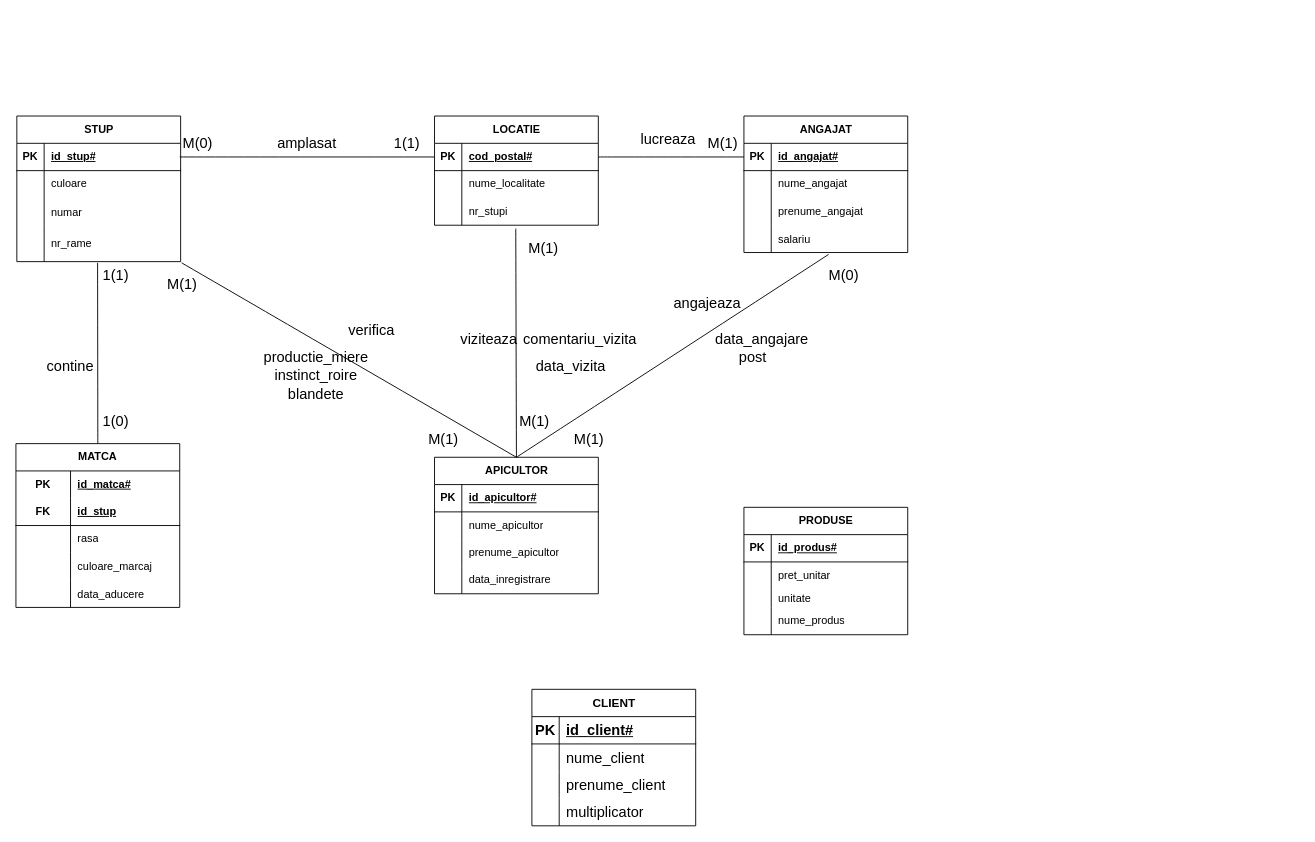
Before: Diagramă fără titlu.drawio in Matoka26/DataBase-Stupina, a draw.io diagram. Source tidied: cells renumbered, new cells numbered last; positions are measured from the earlier drawing's top-left corner, leaving out a move shared by most shapes. Both pictures are drawn from the tidied source at 91%, with x=0, y=0 at pixel (15, 116).
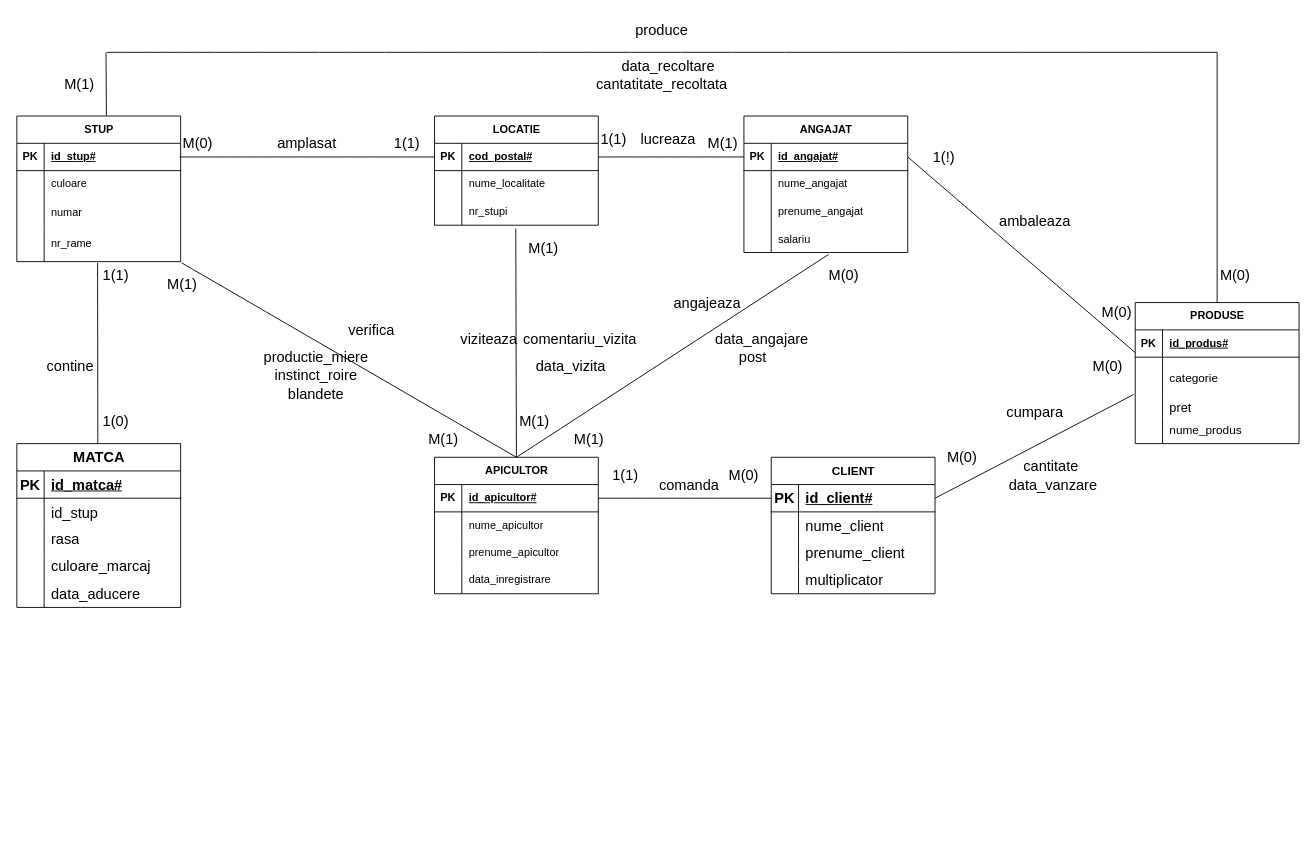
After the change.

Unchanged cells that the change refers to:
```xml
<mxCell id="3" style="shape=tableRow;horizontal=0;startSize=0;swimlaneHead=0;swimlaneBody=0;fillColor=none;points=[[0,0.5],[1,0.5]];portConstraint=eastwest;top=0;left=0;right=0;bottom=1;" parent="2" vertex="1">
  <mxGeometry y="30" width="180" height="30" as="geometry" />
</mxCell>
<mxCell id="26" style="shape=tableRow;horizontal=0;startSize=0;swimlaneHead=0;swimlaneBody=0;fillColor=none;points=[[0,0.5],[1,0.5]];portConstraint=eastwest;top=0;left=0;right=0;bottom=1;" parent="25" vertex="1">
  <mxGeometry y="30" width="180" height="30" as="geometry" />
</mxCell>
<mxCell id="38" value="STUP" style="shape=table;startSize=30;childLayout=tableLayout;rowLines=0;fontStyle=1;align=center;html=1;" parent="1" vertex="1">
  <mxGeometry x="1" width="180" height="160" as="geometry" />
</mxCell>
<mxCell id="48" style="shape=tableRow;horizontal=0;startSize=0;swimlaneHead=0;swimlaneBody=0;fillColor=none;points=[[0,0.5],[1,0.5]];portConstraint=eastwest;top=0;left=0;right=0;bottom=0;" parent="38" vertex="1">
  <mxGeometry y="120" width="180" height="40" as="geometry" />
</mxCell>
<mxCell id="81" style="shape=tableRow;horizontal=0;startSize=0;swimlaneHead=0;swimlaneBody=0;fillColor=none;points=[[0,0.5],[1,0.5]];portConstraint=eastwest;top=0;left=0;right=0;bottom=1;fontSize=16;" parent="80" vertex="1">
  <mxGeometry y="30" width="180" height="30" as="geometry" />
</mxCell>
```

The edit, as a diff of the source:
```diff
@@
-    <mxCell id="51" value="MATCA" style="shape=table;startSize=30;childLayout=tableLayout;rowLines=0;fontStyle=1;align=center;html=1;whiteSpace=wrap;" parent="1" vertex="1">
-      <mxGeometry y="360" width="180" height="180" as="geometry" />
-    </mxCell>
-    <mxCell id="52" style="shape=tableRow;horizontal=0;startSize=0;swimlaneHead=0;swimlaneBody=0;fillColor=none;top=0;left=0;right=0;bottom=0;html=1;" parent="51" vertex="1">
-      <mxGeometry y="30" width="180" height="30" as="geometry" />
-    </mxCell>
-    <mxCell id="53" value="PK" style="shape=partialRectangle;fillColor=none;top=0;left=0;bottom=0;right=0;fontStyle=1;overflow=hidden;html=1;whiteSpace=wrap;" parent="52" vertex="1">
-      <mxGeometry width="60" height="30" as="geometry" />
-    </mxCell>
-    <mxCell id="54" value="id_matca#" style="shape=partialRectangle;fillColor=none;top=0;left=0;bottom=0;right=0;align=left;spacingLeft=6;fontStyle=5;overflow=hidden;html=1;whiteSpace=wrap;" parent="52" vertex="1">
-      <mxGeometry x="60" width="120" height="30" as="geometry" />
-    </mxCell>
-    <mxCell id="55" style="shape=tableRow;horizontal=0;startSize=0;swimlaneHead=0;swimlaneBody=0;fillColor=none;top=0;left=0;right=0;bottom=1;html=1;" parent="51" vertex="1">
-      <mxGeometry y="60" width="180" height="30" as="geometry" />
-    </mxCell>
-    <mxCell id="56" value="FK" style="shape=partialRectangle;fillColor=none;top=0;left=0;bottom=0;right=0;fontStyle=1;overflow=hidden;html=1;whiteSpace=wrap;" parent="55" vertex="1">
-      <mxGeometry width="60" height="30" as="geometry" />
-    </mxCell>
-    <mxCell id="57" value="id_stup" style="shape=partialRectangle;fillColor=none;top=0;left=0;bottom=0;right=0;align=left;spacingLeft=6;fontStyle=5;overflow=hidden;html=1;whiteSpace=wrap;" parent="55" vertex="1">
-      <mxGeometry x="60" width="120" height="30" as="geometry" />
-    </mxCell>
-    <mxCell id="58" style="shape=tableRow;horizontal=0;startSize=0;swimlaneHead=0;swimlaneBody=0;fillColor=none;top=0;left=0;right=0;bottom=0;html=1;" parent="51" vertex="1">
-      <mxGeometry y="90" width="180" height="30" as="geometry" />
-    </mxCell>
-    <mxCell id="59" style="shape=partialRectangle;fillColor=none;top=0;left=0;bottom=0;right=0;overflow=hidden;html=1;whiteSpace=wrap;" parent="58" vertex="1">
-      <mxGeometry width="60" height="30" as="geometry" />
-    </mxCell>
-    <mxCell id="60" value="rasa" style="shape=partialRectangle;fillColor=none;top=0;left=0;bottom=0;right=0;align=left;spacingLeft=6;overflow=hidden;html=1;whiteSpace=wrap;" parent="58" vertex="1">
-      <mxGeometry x="60" width="120" height="30" as="geometry" />
-    </mxCell>
-    <mxCell id="61" style="shape=tableRow;horizontal=0;startSize=0;swimlaneHead=0;swimlaneBody=0;fillColor=none;top=0;left=0;right=0;bottom=0;html=1;" parent="51" vertex="1">
-      <mxGeometry y="120" width="180" height="30" as="geometry" />
-    </mxCell>
-    <mxCell id="62" style="shape=partialRectangle;fillColor=none;top=0;left=0;bottom=0;right=0;overflow=hidden;html=1;whiteSpace=wrap;" parent="61" vertex="1">
-      <mxGeometry width="60" height="30" as="geometry" />
-    </mxCell>
-    <mxCell id="63" value="culoare_marcaj" style="shape=partialRectangle;fillColor=none;top=0;left=0;bottom=0;right=0;align=left;spacingLeft=6;overflow=hidden;html=1;whiteSpace=wrap;" parent="61" vertex="1">
-      <mxGeometry x="60" width="120" height="30" as="geometry" />
-    </mxCell>
-    <mxCell id="64" style="shape=tableRow;horizontal=0;startSize=0;swimlaneHead=0;swimlaneBody=0;fillColor=none;top=0;left=0;right=0;bottom=0;" parent="51" vertex="1">
-      <mxGeometry y="150" width="180" height="30" as="geometry" />
-    </mxCell>
-    <mxCell id="65" style="shape=partialRectangle;fillColor=none;top=0;left=0;bottom=0;right=0;overflow=hidden;" parent="64" vertex="1">
-      <mxGeometry width="60" height="30" as="geometry" />
-    </mxCell>
-    <mxCell id="66" value="data_aducere" style="shape=partialRectangle;fillColor=none;top=0;left=0;bottom=0;right=0;align=left;spacingLeft=6;overflow=hidden;" parent="64" vertex="1">
-      <mxGeometry x="60" width="120" height="30" as="geometry" />
-    </mxCell>
     <mxCell id="67" value="PRODUSE" style="shape=table;startSize=30;childLayout=tableLayout;rowLines=0;fontStyle=1;align=center;html=1;" parent="1" vertex="1">
-      <mxGeometry x="800" y="430" width="180" height="140" as="geometry" />
+      <mxGeometry x="1230" y="205" width="180" height="155" as="geometry" />
     </mxCell>
@@
     <mxCell id="71" style="shape=tableRow;horizontal=0;startSize=0;swimlaneHead=0;swimlaneBody=0;fillColor=none;top=0;left=0;right=0;bottom=0;" parent="67" vertex="1">
-      <mxGeometry y="60" width="180" height="30" as="geometry" />
+      <mxGeometry y="60" width="180" height="45" as="geometry" />
     </mxCell>
     <mxCell id="72" style="shape=partialRectangle;fillColor=none;top=0;left=0;bottom=0;right=0;overflow=hidden;whiteSpace=wrap;html=1;" parent="71" vertex="1">
-      <mxGeometry width="30" height="30" as="geometry" />
+      <mxGeometry width="30" height="45" as="geometry" />
     </mxCell>
-    <mxCell id="73" value="pret_unitar" style="shape=partialRectangle;fillColor=none;top=0;left=0;bottom=0;right=0;align=left;spacingLeft=6;overflow=hidden;whiteSpace=wrap;html=1;" parent="71" vertex="1">
-      <mxGeometry x="30" width="150" height="30" as="geometry" />
+    <mxCell id="73" value="&lt;font style=&quot;font-size: 13px;&quot;&gt;categorie&lt;/font&gt;" style="shape=partialRectangle;fillColor=none;top=0;left=0;bottom=0;right=0;align=left;spacingLeft=6;overflow=hidden;whiteSpace=wrap;html=1;" parent="71" vertex="1">
+      <mxGeometry x="30" width="150" height="45" as="geometry" />
     </mxCell>
     <mxCell id="74" style="shape=tableRow;horizontal=0;startSize=0;swimlaneHead=0;swimlaneBody=0;fillColor=none;points=[[0,0.5],[1,0.5]];portConstraint=eastwest;top=0;left=0;right=0;bottom=0;" parent="67" vertex="1">
-      <mxGeometry y="90" width="180" height="20" as="geometry" />
+      <mxGeometry y="105" width="180" height="20" as="geometry" />
     </mxCell>
@@
-    <mxCell id="76" value="unitate" style="shape=partialRectangle;fillColor=none;top=0;left=0;bottom=0;right=0;align=left;spacingLeft=6;overflow=hidden;whiteSpace=wrap;html=1;" parent="74" vertex="1">
+    <mxCell id="76" value="&lt;font style=&quot;font-size: 14px;&quot;&gt;pret&lt;/font&gt;" style="shape=partialRectangle;fillColor=none;top=0;left=0;bottom=0;right=0;align=left;spacingLeft=6;overflow=hidden;whiteSpace=wrap;html=1;" parent="74" vertex="1">
       <mxGeometry x="30" width="150" height="20" as="geometry" />
     </mxCell>
     <mxCell id="77" style="shape=tableRow;horizontal=0;startSize=0;swimlaneHead=0;swimlaneBody=0;fillColor=none;top=0;left=0;right=0;bottom=0;" parent="67" vertex="1">
-      <mxGeometry y="110" width="180" height="30" as="geometry" />
+      <mxGeometry y="125" width="180" height="30" as="geometry" />
     </mxCell>
@@
-    <mxCell id="79" value="nume_produs" style="shape=partialRectangle;fillColor=none;top=0;left=0;bottom=0;right=0;align=left;spacingLeft=6;overflow=hidden;whiteSpace=wrap;html=1;" parent="77" vertex="1">
+    <mxCell id="79" value="&lt;font style=&quot;font-size: 13px;&quot;&gt;nume_produs&lt;/font&gt;" style="shape=partialRectangle;fillColor=none;top=0;left=0;bottom=0;right=0;align=left;spacingLeft=6;overflow=hidden;whiteSpace=wrap;html=1;" parent="77" vertex="1">
       <mxGeometry x="30" width="150" height="30" as="geometry" />
     </mxCell>
     <mxCell id="80" value="CLIENT" style="shape=table;startSize=30;childLayout=tableLayout;rowLines=0;fontStyle=1;align=center;html=1;fontSize=13;" parent="1" vertex="1">
-      <mxGeometry x="567" y="630" width="180" height="150" as="geometry" />
+      <mxGeometry x="830" y="375" width="180" height="150" as="geometry" />
     </mxCell>
@@
-    <mxCell id="94" style="endArrow=none;html=1;rounded=0;fontSize=12;startSize=8;endSize=8;curved=1;entryX=0.493;entryY=1.033;entryDx=0;entryDy=0;entryPerimeter=0;exitX=0.5;exitY=0;exitDx=0;exitDy=0;" parent="1" edge="1" source="51" target="48">
-      <mxGeometry relative="1" as="geometry" />
+    <mxCell id="94" style="endArrow=none;html=1;rounded=0;fontSize=12;startSize=8;endSize=8;curved=1;entryX=0.493;entryY=1.033;entryDx=0;entryDy=0;entryPerimeter=0;exitX=0.5;exitY=0;exitDx=0;exitDy=0;" parent="1" edge="1" target="48">
+      <mxGeometry relative="1" as="geometry">
+        <mxPoint x="90" y="360" as="sourcePoint" />
+      </mxGeometry>
     </mxCell>
@@
+    <mxCell id="127" value="1(1)" style="text;html=1;strokeColor=none;fillColor=none;align=center;verticalAlign=middle;whiteSpace=wrap;rounded=0;fontSize=16;" parent="1" vertex="1">
+      <mxGeometry x="627" y="10" width="60" height="30" as="geometry" />
+    </mxCell>
+    <mxCell id="128" value="comanda" style="text;html=1;strokeColor=none;fillColor=none;align=center;verticalAlign=middle;whiteSpace=wrap;rounded=0;fontSize=16;" parent="1" vertex="1">
+      <mxGeometry x="710" y="390" width="60" height="30" as="geometry" />
+    </mxCell>
+    <mxCell id="129" style="endArrow=none;html=1;rounded=0;fontSize=12;startSize=8;endSize=8;curved=1;exitX=1;exitY=0.5;exitDx=0;exitDy=0;" parent="1" edge="1" source="3">
+      <mxGeometry relative="1" as="geometry">
+        <mxPoint x="830" y="420" as="targetPoint" />
+      </mxGeometry>
+    </mxCell>
+    <mxCell id="130" value="1(1)" style="text;html=1;strokeColor=none;fillColor=none;align=center;verticalAlign=middle;whiteSpace=wrap;rounded=0;fontSize=16;" parent="1" vertex="1">
+      <mxGeometry x="640" y="380" width="60" height="30" as="geometry" />
+    </mxCell>
+    <mxCell id="131" value="M(0)" style="text;html=1;strokeColor=none;fillColor=none;align=center;verticalAlign=middle;whiteSpace=wrap;rounded=0;fontSize=16;" parent="1" vertex="1">
+      <mxGeometry x="770" y="380" width="60" height="30" as="geometry" />
+    </mxCell>
+    <mxCell id="132" style="endArrow=none;html=1;rounded=0;fontSize=12;startSize=8;endSize=8;curved=1;exitX=1;exitY=0.5;exitDx=0;exitDy=0;entryX=-0.01;entryY=-0.197;entryDx=0;entryDy=0;entryPerimeter=0;" parent="1" edge="1" source="81" target="74">
+      <mxGeometry relative="1" as="geometry" />
+    </mxCell>
+    <mxCell id="51" value="MATCA" style="shape=table;startSize=30;childLayout=tableLayout;rowLines=0;fontStyle=1;align=center;html=1;fontSize=16;" parent="1" vertex="1">
+      <mxGeometry x="1" y="360" width="180" height="180" as="geometry" />
+    </mxCell>
+    <mxCell id="133" style="shape=tableRow;horizontal=0;startSize=0;swimlaneHead=0;swimlaneBody=0;fillColor=none;top=0;left=0;right=0;bottom=1;fontSize=16;" parent="51" vertex="1">
+      <mxGeometry y="30" width="180" height="30" as="geometry" />
+    </mxCell>
+    <mxCell id="53" value="PK" style="shape=partialRectangle;fillColor=none;top=0;left=0;bottom=0;right=0;fontStyle=1;overflow=hidden;whiteSpace=wrap;html=1;fontSize=16;" parent="133" vertex="1">
+      <mxGeometry width="30" height="30" as="geometry" />
+    </mxCell>
+    <mxCell id="54" value="id_matca#" style="shape=partialRectangle;fillColor=none;top=0;left=0;bottom=0;right=0;align=left;spacingLeft=6;fontStyle=5;overflow=hidden;whiteSpace=wrap;html=1;fontSize=16;" parent="133" vertex="1">
+      <mxGeometry x="30" width="150" height="30" as="geometry" />
+    </mxCell>
+    <mxCell id="134" style="shape=tableRow;horizontal=0;startSize=0;swimlaneHead=0;swimlaneBody=0;fillColor=none;top=0;left=0;right=0;bottom=0;fontSize=16;" parent="51" vertex="1">
+      <mxGeometry y="60" width="180" height="30" as="geometry" />
+    </mxCell>
+    <mxCell id="135" style="shape=partialRectangle;fillColor=none;top=0;left=0;bottom=0;right=0;overflow=hidden;fontSize=16;" parent="134" vertex="1">
+      <mxGeometry width="30" height="30" as="geometry" />
+    </mxCell>
+    <mxCell id="57" value="id_stup" style="shape=partialRectangle;fillColor=none;top=0;left=0;bottom=0;right=0;align=left;spacingLeft=6;overflow=hidden;fontSize=16;fontStyle=0;dashed=1;strokeWidth=5;" parent="134" vertex="1">
+      <mxGeometry x="30" width="150" height="30" as="geometry" />
+    </mxCell>
+    <mxCell id="136" style="shape=tableRow;horizontal=0;startSize=0;swimlaneHead=0;swimlaneBody=0;fillColor=none;top=0;left=0;right=0;bottom=0;fontSize=16;" parent="51" vertex="1">
+      <mxGeometry y="90" width="180" height="30" as="geometry" />
+    </mxCell>
+    <mxCell id="137" style="shape=partialRectangle;fillColor=none;top=0;left=0;bottom=0;right=0;overflow=hidden;whiteSpace=wrap;html=1;fontSize=16;" parent="136" vertex="1">
+      <mxGeometry width="30" height="30" as="geometry" />
+    </mxCell>
+    <mxCell id="60" value="rasa" style="shape=partialRectangle;fillColor=none;top=0;left=0;bottom=0;right=0;align=left;spacingLeft=6;overflow=hidden;whiteSpace=wrap;html=1;fontSize=16;" parent="136" vertex="1">
+      <mxGeometry x="30" width="150" height="30" as="geometry" />
+    </mxCell>
+    <mxCell id="138" style="shape=tableRow;horizontal=0;startSize=0;swimlaneHead=0;swimlaneBody=0;fillColor=none;top=0;left=0;right=0;bottom=0;fontSize=16;" parent="51" vertex="1">
+      <mxGeometry y="120" width="180" height="30" as="geometry" />
+    </mxCell>
+    <mxCell id="139" style="shape=partialRectangle;fillColor=none;top=0;left=0;bottom=0;right=0;overflow=hidden;whiteSpace=wrap;html=1;fontSize=16;" parent="138" vertex="1">
+      <mxGeometry width="30" height="30" as="geometry" />
+    </mxCell>
+    <mxCell id="63" value="culoare_marcaj" style="shape=partialRectangle;fillColor=none;top=0;left=0;bottom=0;right=0;align=left;spacingLeft=6;overflow=hidden;whiteSpace=wrap;html=1;fontSize=16;" parent="138" vertex="1">
+      <mxGeometry x="30" width="150" height="30" as="geometry" />
+    </mxCell>
+    <mxCell id="140" style="shape=tableRow;horizontal=0;startSize=0;swimlaneHead=0;swimlaneBody=0;fillColor=none;top=0;left=0;right=0;bottom=0;fontSize=16;" parent="51" vertex="1">
+      <mxGeometry y="150" width="180" height="30" as="geometry" />
+    </mxCell>
+    <mxCell id="141" style="shape=partialRectangle;fillColor=none;top=0;left=0;bottom=0;right=0;overflow=hidden;whiteSpace=wrap;html=1;fontSize=16;" parent="140" vertex="1">
+      <mxGeometry width="30" height="30" as="geometry" />
+    </mxCell>
+    <mxCell id="66" value="data_aducere" style="shape=partialRectangle;fillColor=none;top=0;left=0;bottom=0;right=0;align=left;spacingLeft=6;overflow=hidden;whiteSpace=wrap;html=1;fontSize=16;" parent="140" vertex="1">
+      <mxGeometry x="30" width="150" height="30" as="geometry" />
+    </mxCell>
+    <mxCell id="142" value="cumpara" style="text;html=1;strokeColor=none;fillColor=none;align=center;verticalAlign=middle;whiteSpace=wrap;rounded=0;fontSize=16;" parent="1" vertex="1">
+      <mxGeometry x="1090" y="310" width="60" height="30" as="geometry" />
+    </mxCell>
+    <mxCell id="143" value="M(0)" style="text;html=1;strokeColor=none;fillColor=none;align=center;verticalAlign=middle;whiteSpace=wrap;rounded=0;fontSize=16;" parent="1" vertex="1">
+      <mxGeometry x="1170" y="260" width="60" height="30" as="geometry" />
+    </mxCell>
+    <mxCell id="144" value="M(0)" style="text;html=1;strokeColor=none;fillColor=none;align=center;verticalAlign=middle;whiteSpace=wrap;rounded=0;fontSize=16;" parent="1" vertex="1">
+      <mxGeometry x="1010" y="360" width="60" height="30" as="geometry" />
+    </mxCell>
+    <mxCell id="145" value="cantitate&amp;nbsp;" style="text;html=1;strokeColor=none;fillColor=none;align=center;verticalAlign=middle;whiteSpace=wrap;rounded=0;fontSize=16;" parent="1" vertex="1">
+      <mxGeometry x="1110" y="370" width="60" height="30" as="geometry" />
+    </mxCell>
+    <mxCell id="146" value="data_vanzare" style="text;html=1;strokeColor=none;fillColor=none;align=center;verticalAlign=middle;whiteSpace=wrap;rounded=0;fontSize=16;" parent="1" vertex="1">
+      <mxGeometry x="1110" y="390" width="60" height="30" as="geometry" />
+    </mxCell>
+    <mxCell id="147" style="endArrow=none;html=1;rounded=0;fontSize=12;startSize=8;endSize=8;curved=1;entryX=1;entryY=0;entryDx=0;entryDy=0;exitX=1;exitY=0.5;exitDx=0;exitDy=0;" parent="1" edge="1" source="26" target="143">
+      <mxGeometry relative="1" as="geometry" />
+    </mxCell>
+    <mxCell id="148" value="ambaleaza" style="text;html=1;strokeColor=none;fillColor=none;align=center;verticalAlign=middle;whiteSpace=wrap;rounded=0;fontSize=16;" parent="1" vertex="1">
+      <mxGeometry x="1090" y="100" width="60" height="30" as="geometry" />
+    </mxCell>
+    <mxCell id="149" value="M(0)" style="text;html=1;strokeColor=none;fillColor=none;align=center;verticalAlign=middle;whiteSpace=wrap;rounded=0;fontSize=16;" parent="1" vertex="1">
+      <mxGeometry x="1180" y="200" width="60" height="30" as="geometry" />
+    </mxCell>
+    <mxCell id="150" value="1(!)" style="text;html=1;strokeColor=none;fillColor=none;align=center;verticalAlign=middle;whiteSpace=wrap;rounded=0;fontSize=16;" parent="1" vertex="1">
+      <mxGeometry x="990" y="30" width="60" height="30" as="geometry" />
+    </mxCell>
+    <mxCell id="151" style="endArrow=none;html=1;rounded=0;fontSize=12;startSize=8;endSize=8;curved=1;" parent="1" edge="1">
+      <mxGeometry relative="1" as="geometry">
+        <mxPoint x="100" y="-70" as="sourcePoint" />
+        <mxPoint x="1320" y="-70" as="targetPoint" />
+      </mxGeometry>
+    </mxCell>
+    <mxCell id="152" style="endArrow=none;html=1;rounded=0;fontSize=12;startSize=8;endSize=8;curved=1;entryX=0.547;entryY=-0.002;entryDx=0;entryDy=0;entryPerimeter=0;" parent="1" edge="1" target="38">
+      <mxGeometry relative="1" as="geometry">
+        <mxPoint x="99" y="-70" as="sourcePoint" />
+      </mxGeometry>
+    </mxCell>
+    <mxCell id="153" style="endArrow=none;html=1;rounded=0;fontSize=12;startSize=8;endSize=8;curved=1;entryX=0.5;entryY=0;entryDx=0;entryDy=0;" parent="1" edge="1" target="67">
+      <mxGeometry relative="1" as="geometry">
+        <mxPoint x="1320" y="-70" as="sourcePoint" />
+      </mxGeometry>
+    </mxCell>
+    <mxCell id="154" value="M(0)" style="text;html=1;strokeColor=none;fillColor=none;align=center;verticalAlign=middle;whiteSpace=wrap;rounded=0;fontSize=16;" parent="1" vertex="1">
+      <mxGeometry x="1310" y="160" width="60" height="30" as="geometry" />
+    </mxCell>
+    <mxCell id="155" value="produce" style="text;html=1;strokeColor=none;fillColor=none;align=center;verticalAlign=middle;whiteSpace=wrap;rounded=0;fontSize=16;" parent="1" vertex="1">
+      <mxGeometry x="650" y="-110" width="120" height="30" as="geometry" />
+    </mxCell>
+    <mxCell id="156" value="M(1)" style="text;html=1;strokeColor=none;fillColor=none;align=center;verticalAlign=middle;whiteSpace=wrap;rounded=0;fontSize=16;" parent="1" vertex="1">
+      <mxGeometry x="40" y="-50" width="60" height="30" as="geometry" />
+    </mxCell>
+    <mxCell id="157" value="data_recoltare" style="text;html=1;strokeColor=none;fillColor=none;align=center;verticalAlign=middle;whiteSpace=wrap;rounded=0;fontSize=16;" parent="1" vertex="1">
+      <mxGeometry x="687" y="-70" width="60" height="30" as="geometry" />
+    </mxCell>
+    <mxCell id="158" value="cantatitate_recoltata" style="text;html=1;strokeColor=none;fillColor=none;align=center;verticalAlign=middle;whiteSpace=wrap;rounded=0;fontSize=16;" parent="1" vertex="1">
+      <mxGeometry x="680" y="-50" width="60" height="30" as="geometry" />
+    </mxCell>
```
